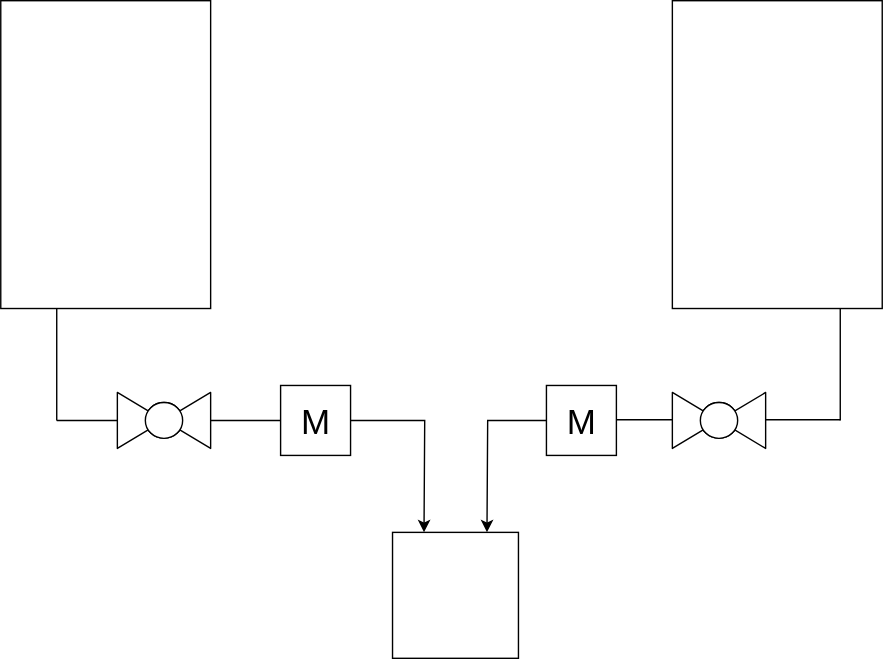
This is Test.drawio.svg from funt0s/SCADA_Grafana, a draw.io export, as it was before one commit. Source tidied: cells renumbered, new cells last; positions are measured from the earlier drawing's top-left corner, leaving out a move shared by most shapes. The source it was exported from:
```xml
<mxGraphModel>
  <root>
    <mxCell id="0" />
    <mxCell id="1" parent="0" />
    <mxCell id="2" value="M" style="shape=mxgraph.pid.flow_sensors.magnetic;dashed=0;align=center;html=1;fontSize=25;" parent="1" vertex="1">
      <mxGeometry x="200" y="275" width="50" height="50" as="geometry" />
    </mxCell>
    <mxCell id="3" value="M" style="shape=mxgraph.pid.flow_sensors.magnetic;dashed=0;align=center;html=1;fontSize=25;" parent="1" vertex="1">
      <mxGeometry x="390" y="275" width="50" height="50" as="geometry" />
    </mxCell>
    <mxCell id="4" style="rounded=0;whiteSpace=wrap;html=1;" parent="1" vertex="1">
      <mxGeometry width="150" height="220" as="geometry" />
    </mxCell>
    <mxCell id="5" style="rounded=0;whiteSpace=wrap;html=1;" parent="1" vertex="1">
      <mxGeometry x="480" width="150" height="220" as="geometry" />
    </mxCell>
    <mxCell id="6" style="endArrow=none;html=1;rounded=0;entryX=0.5;entryY=1;entryDx=0;entryDy=0;" parent="1" edge="1">
      <mxGeometry relative="1" as="geometry">
        <mxPoint x="40" y="300" as="sourcePoint" />
        <mxPoint x="40" y="220" as="targetPoint" />
      </mxGeometry>
    </mxCell>
    <mxCell id="7" style="endArrow=none;html=1;rounded=0;" parent="1" edge="1">
      <mxGeometry relative="1" as="geometry">
        <mxPoint x="40" y="300" as="sourcePoint" />
        <mxPoint x="200" y="300" as="targetPoint" />
      </mxGeometry>
    </mxCell>
    <mxCell id="8" style="verticalLabelPosition=bottom;align=center;html=1;verticalAlign=top;dashed=0;shape=mxgraph.pid2valves.valve;valveType=ball;" parent="1" vertex="1">
      <mxGeometry x="83.3" y="280" width="66.7" height="40" as="geometry" />
    </mxCell>
    <mxCell id="9" style="endArrow=none;html=1;rounded=0;entryX=0.5;entryY=1;entryDx=0;entryDy=0;" parent="1" edge="1">
      <mxGeometry relative="1" as="geometry">
        <mxPoint x="600" y="300" as="sourcePoint" />
        <mxPoint x="600" y="220" as="targetPoint" />
      </mxGeometry>
    </mxCell>
    <mxCell id="10" style="endArrow=none;html=1;rounded=0;" parent="1" edge="1">
      <mxGeometry relative="1" as="geometry">
        <mxPoint x="440" y="299.5" as="sourcePoint" />
        <mxPoint x="600" y="299.5" as="targetPoint" />
      </mxGeometry>
    </mxCell>
    <mxCell id="11" style="verticalLabelPosition=bottom;align=center;html=1;verticalAlign=top;dashed=0;shape=mxgraph.pid2valves.valve;valveType=ball;" parent="1" vertex="1">
      <mxGeometry x="480" y="280" width="66.7" height="40" as="geometry" />
    </mxCell>
    <mxCell id="12" style="whiteSpace=wrap;html=1;" parent="1" vertex="1">
      <mxGeometry x="280" y="380" width="90" height="90" as="geometry" />
    </mxCell>
    <mxCell id="13" style="endArrow=classic;html=1;rounded=0;exitX=1;exitY=0.5;exitDx=0;exitDy=0;exitPerimeter=0;entryX=0.25;entryY=0;entryDx=0;entryDy=0;" parent="1" edge="1" source="2" target="12">
      <mxGeometry relative="1" as="geometry">
        <Array as="points">
          <mxPoint x="303" y="300" />
        </Array>
      </mxGeometry>
    </mxCell>
    <mxCell id="14" style="endArrow=classic;html=1;rounded=0;entryX=0.75;entryY=0;entryDx=0;entryDy=0;exitX=0;exitY=0.5;exitDx=0;exitDy=0;exitPerimeter=0;" parent="1" edge="1" source="3" target="12">
      <mxGeometry relative="1" as="geometry">
        <Array as="points">
          <mxPoint x="348" y="300" />
        </Array>
      </mxGeometry>
    </mxCell>
  </root>
</mxGraphModel>
```
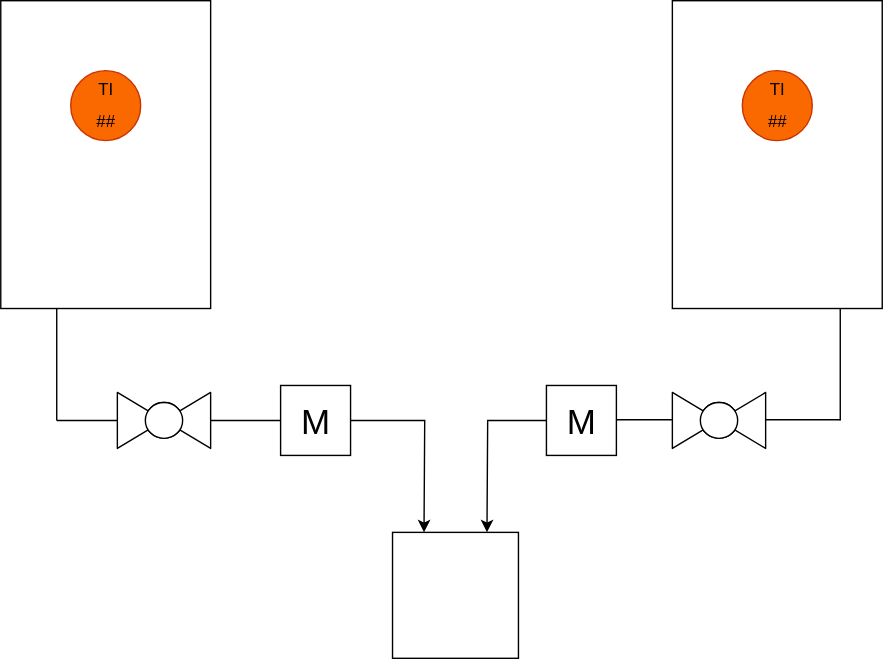
The same diagram one commit later.

The edit, as a diff of the source:
```diff
@@ -61,5 +61,11 @@
         </Array>
       </mxGeometry>
     </mxCell>
+    <mxCell id="15" value="&lt;table cellpadding=&quot;4&quot; cellspacing=&quot;0&quot; border=&quot;0&quot; style=&quot;font-size:1em;width:100%;height:100%;&quot;&gt;&lt;tr&gt;&lt;td&gt;TI&lt;/td&gt;&lt;/tr&gt;&lt;tr&gt;&lt;td&gt;##&lt;/td&gt;&lt;/table&gt; " style="html=1;align=center;dashed=0;shape=mxgraph.pid2inst.discInst;mounting=field;fillColor=#fa6800;fontColor=#000000;strokeColor=#C73500;" parent="1" vertex="1">
+      <mxGeometry x="50" y="50" width="50" height="50" as="geometry" />
+    </mxCell>
+    <mxCell id="16" value="&lt;table cellpadding=&quot;4&quot; cellspacing=&quot;0&quot; border=&quot;0&quot; style=&quot;font-size:1em;width:100%;height:100%;&quot;&gt;&lt;tr&gt;&lt;td&gt;TI&lt;/td&gt;&lt;/tr&gt;&lt;tr&gt;&lt;td&gt;##&lt;/td&gt;&lt;/table&gt; " style="html=1;align=center;dashed=0;shape=mxgraph.pid2inst.discInst;mounting=field;fillColor=#fa6800;fontColor=#000000;strokeColor=#C73500;" parent="1" vertex="1">
+      <mxGeometry x="530" y="50" width="50" height="50" as="geometry" />
+    </mxCell>
   </root>
 </mxGraphModel>
```
